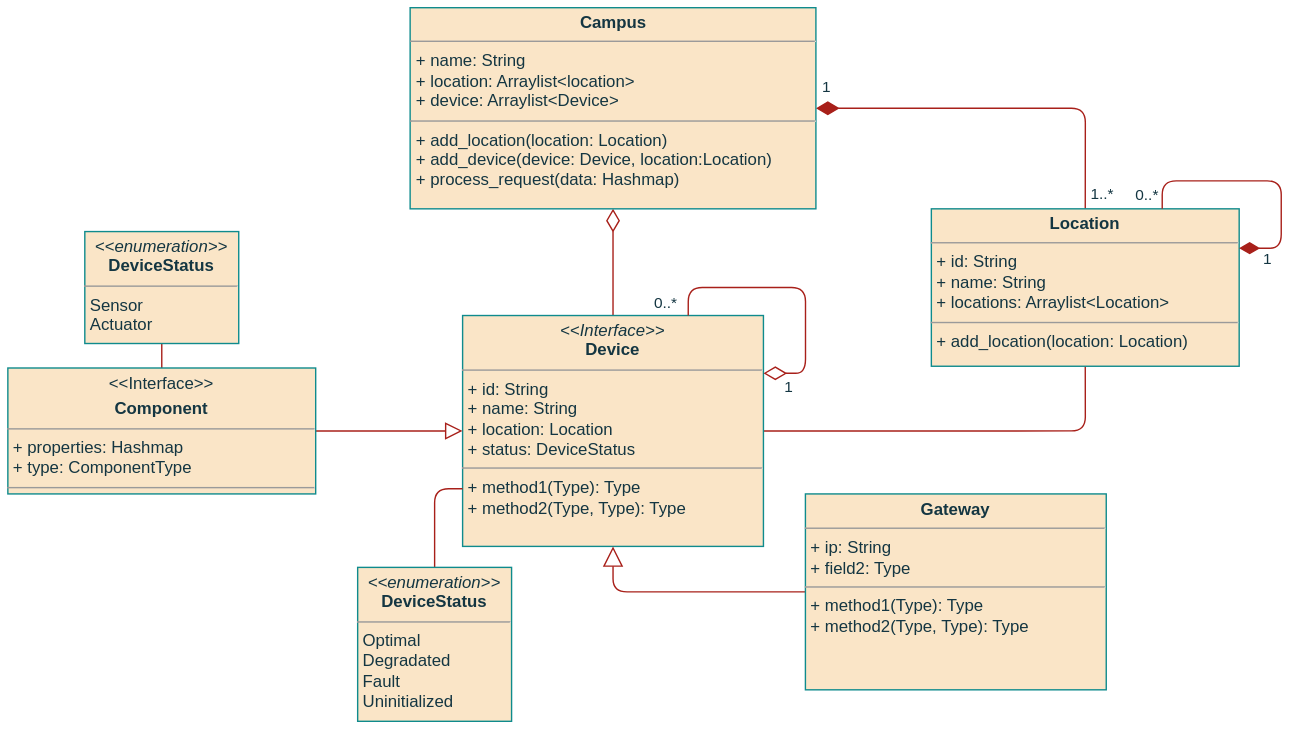
Above: 3. Proyecto/images/Metamodel.svg in MrDahaniel/StarDuck (draw.io), before the change. Source tidied: cells renumbered, new cells last; positions are measured from the earlier drawing's top-left corner, leaving out a move shared by most shapes.
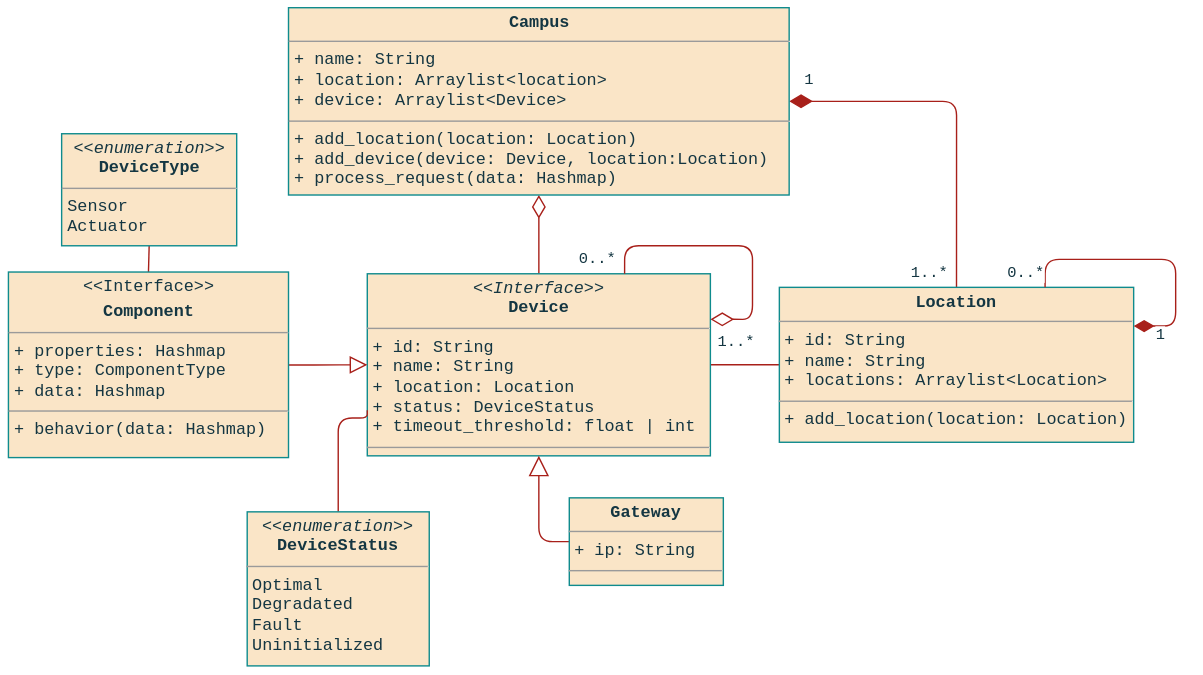
Above is the later version.

Change to the diagram source:
```diff
@@ -2,80 +2,83 @@
   <root>
     <mxCell id="0" />
     <mxCell id="1" parent="0" />
-    <mxCell id="2" style="edgeStyle=orthogonalEdgeStyle;rounded=1;jettySize=auto;html=1;endArrow=diamondThin;endFill=0;endSize=14;labelBackgroundColor=none;fontColor=default;strokeColor=#A8201A;" parent="1" edge="1" source="4" target="11">
+    <mxCell id="2" style="edgeStyle=orthogonalEdgeStyle;rounded=1;jettySize=auto;html=1;endArrow=diamondThin;endFill=0;endSize=14;labelBackgroundColor=none;fontColor=default;strokeColor=#A8201A;fontFamily=Courier New;" parent="1" edge="1" source="4" target="11">
       <mxGeometry relative="1" as="geometry" />
     </mxCell>
-    <mxCell id="3" style="edgeStyle=orthogonalEdgeStyle;shape=connector;rounded=1;jettySize=auto;html=1;exitX=1;exitY=0.5;exitDx=0;exitDy=0;labelBackgroundColor=default;strokeColor=#A8201A;fontFamily=Helvetica;fontSize=11;fontColor=#143642;endArrow=none;endFill=0;fillColor=#FAE5C7;entryX=0.5;entryY=1;entryDx=0;entryDy=0;" parent="1" edge="1" source="4" target="10">
+    <mxCell id="3" style="edgeStyle=orthogonalEdgeStyle;shape=connector;rounded=1;jettySize=auto;html=1;exitX=1;exitY=0.5;exitDx=0;exitDy=0;labelBackgroundColor=default;strokeColor=#A8201A;fontFamily=Courier New;fontSize=11;fontColor=#143642;endArrow=none;endFill=0;fillColor=#FAE5C7;entryX=0;entryY=0.5;entryDx=0;entryDy=0;" parent="1" edge="1" source="4" target="10">
       <mxGeometry relative="1" as="geometry" />
     </mxCell>
-    <mxCell id="4" value="&lt;p style=&quot;margin:0px;margin-top:4px;text-align:center;&quot;&gt;&lt;i&gt;&amp;lt;&amp;lt;Interface&amp;gt;&amp;gt;&lt;/i&gt;&lt;br&gt;&lt;b&gt;Device&lt;/b&gt;&lt;/p&gt;&lt;hr size=&quot;1&quot;&gt;&lt;p style=&quot;margin:0px;margin-left:4px;&quot;&gt;+ id: String&lt;br&gt;+ name: String&lt;/p&gt;&lt;p style=&quot;margin:0px;margin-left:4px;&quot;&gt;+ location: Location&lt;/p&gt;&lt;p style=&quot;margin:0px;margin-left:4px;&quot;&gt;+ status: DeviceStatus&lt;br&gt;&lt;/p&gt;&lt;hr style=&quot;border-color: var(--border-color);&quot; size=&quot;1&quot;&gt;&lt;p style=&quot;margin:0px;margin-left:4px;&quot;&gt;+ method1(Type): Type&lt;br&gt;+ method2(Type, Type): Type&lt;/p&gt;" style="verticalAlign=top;align=left;overflow=fill;fontSize=12;fontFamily=Helvetica;html=1;whiteSpace=wrap;labelBackgroundColor=none;fillColor=#FAE5C7;strokeColor=#0F8B8D;fontColor=#143642;" parent="1" vertex="1">
-      <mxGeometry x="325" y="220" width="215" height="165" as="geometry" />
+    <mxCell id="4" value="&lt;p style=&quot;margin:0px;margin-top:4px;text-align:center;&quot;&gt;&lt;i&gt;&amp;lt;&amp;lt;Interface&amp;gt;&amp;gt;&lt;/i&gt;&lt;br&gt;&lt;b&gt;Device&lt;/b&gt;&lt;/p&gt;&lt;hr size=&quot;1&quot;&gt;&lt;p style=&quot;margin:0px;margin-left:4px;&quot;&gt;+ id: String&lt;br&gt;+ name: String&lt;/p&gt;&lt;p style=&quot;margin:0px;margin-left:4px;&quot;&gt;+ location: Location&lt;/p&gt;&lt;p style=&quot;margin:0px;margin-left:4px;&quot;&gt;+ status: DeviceStatus&lt;br&gt;&lt;/p&gt;&lt;p style=&quot;margin:0px;margin-left:4px;&quot;&gt;+ timeout_threshold: float | int&amp;nbsp;&lt;/p&gt;&lt;hr style=&quot;border-color: var(--border-color);&quot; size=&quot;1&quot;&gt;&lt;p style=&quot;margin:0px;margin-left:4px;&quot;&gt;&lt;br&gt;&lt;/p&gt;" style="verticalAlign=top;align=left;overflow=fill;fontSize=12;fontFamily=Courier New;html=1;whiteSpace=wrap;labelBackgroundColor=none;fillColor=#FAE5C7;strokeColor=#0F8B8D;fontColor=#143642;" parent="1" vertex="1">
+      <mxGeometry x="325.8" y="230" width="245" height="130" as="geometry" />
     </mxCell>
-    <mxCell id="5" style="edgeStyle=orthogonalEdgeStyle;rounded=1;jettySize=auto;html=1;endSize=12;endArrow=block;endFill=0;labelBackgroundColor=none;fontColor=default;strokeColor=#A8201A;entryX=0.5;entryY=1;entryDx=0;entryDy=0;" parent="1" edge="1" source="6" target="4">
+    <mxCell id="5" style="edgeStyle=orthogonalEdgeStyle;rounded=1;jettySize=auto;html=1;endSize=12;endArrow=block;endFill=0;labelBackgroundColor=none;fontColor=default;strokeColor=#A8201A;entryX=0.5;entryY=1;entryDx=0;entryDy=0;exitX=0;exitY=0.5;exitDx=0;exitDy=0;fontFamily=Courier New;" parent="1" edge="1" source="6" target="4">
       <mxGeometry relative="1" as="geometry" />
     </mxCell>
-    <mxCell id="6" value="&lt;p style=&quot;margin:0px;margin-top:4px;text-align:center;&quot;&gt;&lt;b style=&quot;&quot;&gt;Gateway&lt;/b&gt;&lt;/p&gt;&lt;hr size=&quot;1&quot;&gt;&lt;p style=&quot;margin:0px;margin-left:4px;&quot;&gt;+ ip: String&lt;br&gt;+ field2: Type&lt;/p&gt;&lt;hr size=&quot;1&quot;&gt;&lt;p style=&quot;margin:0px;margin-left:4px;&quot;&gt;+ method1(Type): Type&lt;br&gt;+ method2(Type, Type): Type&lt;/p&gt;" style="verticalAlign=top;align=left;overflow=fill;fontSize=12;fontFamily=Helvetica;html=1;whiteSpace=wrap;labelBackgroundColor=none;fillColor=#FAE5C7;strokeColor=#0F8B8D;fontColor=#143642;" parent="1" vertex="1">
-      <mxGeometry x="570" y="347.5" width="215" height="140" as="geometry" />
+    <mxCell id="6" value="&lt;p style=&quot;margin:0px;margin-top:4px;text-align:center;&quot;&gt;&lt;b style=&quot;&quot;&gt;Gateway&lt;/b&gt;&lt;/p&gt;&lt;hr size=&quot;1&quot;&gt;&lt;p style=&quot;margin:0px;margin-left:4px;&quot;&gt;+ ip: String&lt;br&gt;&lt;/p&gt;&lt;hr size=&quot;1&quot;&gt;&lt;p style=&quot;margin:0px;margin-left:4px;&quot;&gt;&lt;br&gt;&lt;/p&gt;" style="verticalAlign=top;align=left;overflow=fill;fontSize=12;fontFamily=Courier New;html=1;whiteSpace=wrap;labelBackgroundColor=none;fillColor=#FAE5C7;strokeColor=#0F8B8D;fontColor=#143642;" parent="1" vertex="1">
+      <mxGeometry x="470" y="390" width="110" height="62.5" as="geometry" />
     </mxCell>
-    <mxCell id="7" style="edgeStyle=orthogonalEdgeStyle;jettySize=auto;html=1;exitX=0.5;exitY=0;exitDx=0;exitDy=0;entryX=1;entryY=0.5;entryDx=0;entryDy=0;endArrow=diamondThin;endFill=1;endSize=14;labelBackgroundColor=none;fontColor=default;strokeColor=#A8201A;rounded=1;" parent="1" edge="1" source="10" target="11">
+    <mxCell id="7" style="edgeStyle=orthogonalEdgeStyle;jettySize=auto;html=1;exitX=0.5;exitY=0;exitDx=0;exitDy=0;entryX=1;entryY=0.5;entryDx=0;entryDy=0;endArrow=diamondThin;endFill=1;endSize=14;labelBackgroundColor=none;fontColor=default;strokeColor=#A8201A;rounded=1;fontFamily=Courier New;" parent="1" edge="1" source="10" target="11">
       <mxGeometry relative="1" as="geometry" />
     </mxCell>
-    <mxCell id="8" value="1" style="edgeLabel;html=1;align=center;verticalAlign=middle;labelBackgroundColor=none;fontColor=#143642;" parent="7" vertex="1">
+    <mxCell id="8" value="1" style="edgeLabel;html=1;align=center;verticalAlign=middle;labelBackgroundColor=none;fontColor=#143642;fontFamily=Courier New;" parent="7" vertex="1">
       <mxGeometry x="0.81" relative="1" as="geometry">
-        <mxPoint x="-18" y="-15" as="offset" />
+        <mxPoint x="-10" y="-15" as="offset" />
       </mxGeometry>
     </mxCell>
-    <mxCell id="9" value="1..*" style="edgeLabel;html=1;align=center;verticalAlign=middle;fontSize=11;fontFamily=Helvetica;fontColor=#143642;" parent="7" vertex="1">
+    <mxCell id="9" value="1..*" style="edgeLabel;html=1;align=center;verticalAlign=middle;fontSize=11;fontFamily=Courier New;fontColor=#143642;" parent="7" vertex="1">
       <mxGeometry x="-0.87" y="1" relative="1" as="geometry">
-        <mxPoint x="12" y="6" as="offset" />
+        <mxPoint x="-19" y="6" as="offset" />
       </mxGeometry>
     </mxCell>
-    <mxCell id="10" value="&lt;p style=&quot;margin:0px;margin-top:4px;text-align:center;&quot;&gt;&lt;b&gt;Location&lt;/b&gt;&lt;/p&gt;&lt;hr size=&quot;1&quot;&gt;&lt;p style=&quot;margin:0px;margin-left:4px;&quot;&gt;+ id: String&lt;/p&gt;&lt;p style=&quot;margin:0px;margin-left:4px;&quot;&gt;+ name: String&lt;/p&gt;&lt;p style=&quot;margin:0px;margin-left:4px;&quot;&gt;+ locations: Arraylist&amp;lt;Location&amp;gt;&lt;/p&gt;&lt;hr size=&quot;1&quot;&gt;&lt;p style=&quot;margin:0px;margin-left:4px;&quot;&gt;+ add_location(location: Location)&lt;/p&gt;" style="verticalAlign=top;align=left;overflow=fill;fontSize=12;fontFamily=Helvetica;html=1;whiteSpace=wrap;labelBackgroundColor=none;fillColor=#FAE5C7;strokeColor=#0F8B8D;fontColor=#143642;" parent="1" vertex="1">
-      <mxGeometry x="660" y="143.8" width="220" height="112.5" as="geometry" />
+    <mxCell id="10" value="&lt;p style=&quot;margin:0px;margin-top:4px;text-align:center;&quot;&gt;&lt;b&gt;Location&lt;/b&gt;&lt;/p&gt;&lt;hr size=&quot;1&quot;&gt;&lt;p style=&quot;margin:0px;margin-left:4px;&quot;&gt;+ id: String&lt;/p&gt;&lt;p style=&quot;margin:0px;margin-left:4px;&quot;&gt;+ name: String&lt;/p&gt;&lt;p style=&quot;margin:0px;margin-left:4px;&quot;&gt;+ locations: Arraylist&amp;lt;Location&amp;gt;&lt;/p&gt;&lt;hr size=&quot;1&quot;&gt;&lt;p style=&quot;margin:0px;margin-left:4px;&quot;&gt;+ add_location(location: Location)&lt;/p&gt;" style="verticalAlign=top;align=left;overflow=fill;fontSize=12;fontFamily=Courier New;html=1;whiteSpace=wrap;labelBackgroundColor=none;fillColor=#FAE5C7;strokeColor=#0F8B8D;fontColor=#143642;" parent="1" vertex="1">
+      <mxGeometry x="620" y="239.7" width="253" height="110.6" as="geometry" />
     </mxCell>
-    <mxCell id="11" value="&lt;p style=&quot;margin:0px;margin-top:4px;text-align:center;&quot;&gt;&lt;b&gt;Campus&lt;/b&gt;&lt;/p&gt;&lt;hr size=&quot;1&quot;&gt;&lt;p style=&quot;margin:0px;margin-left:4px;&quot;&gt;+ name: String&lt;/p&gt;&lt;p style=&quot;margin:0px;margin-left:4px;&quot;&gt;+ location: Arraylist&amp;lt;location&amp;gt;&lt;/p&gt;&lt;p style=&quot;margin:0px;margin-left:4px;&quot;&gt;+ device: Arraylist&amp;lt;Device&amp;gt;&lt;/p&gt;&lt;hr size=&quot;1&quot;&gt;&lt;p style=&quot;margin:0px;margin-left:4px;&quot;&gt;+ add_location(location: Location)&lt;/p&gt;&lt;p style=&quot;margin:0px;margin-left:4px;&quot;&gt;+ add_device(device: Device, location:Location)&lt;/p&gt;&lt;p style=&quot;margin:0px;margin-left:4px;&quot;&gt;+ process_request(data: Hashmap)&lt;/p&gt;" style="verticalAlign=top;align=left;overflow=fill;fontSize=12;fontFamily=Helvetica;html=1;whiteSpace=wrap;labelBackgroundColor=none;fillColor=#FAE5C7;strokeColor=#0F8B8D;fontColor=#143642;" parent="1" vertex="1">
-      <mxGeometry x="287.5" width="290" height="143.8" as="geometry" />
+    <mxCell id="11" value="&lt;p style=&quot;margin:0px;margin-top:4px;text-align:center;&quot;&gt;&lt;b&gt;Campus&lt;/b&gt;&lt;/p&gt;&lt;hr size=&quot;1&quot;&gt;&lt;p style=&quot;margin:0px;margin-left:4px;&quot;&gt;+ name: String&lt;/p&gt;&lt;p style=&quot;margin:0px;margin-left:4px;&quot;&gt;+ location: Arraylist&amp;lt;location&amp;gt;&lt;/p&gt;&lt;p style=&quot;margin:0px;margin-left:4px;&quot;&gt;+ device: Arraylist&amp;lt;Device&amp;gt;&lt;/p&gt;&lt;hr size=&quot;1&quot;&gt;&lt;p style=&quot;margin:0px;margin-left:4px;&quot;&gt;+ add_location(location: Location)&lt;/p&gt;&lt;p style=&quot;margin:0px;margin-left:4px;&quot;&gt;+ add_device(device: Device, location:Location)&lt;/p&gt;&lt;p style=&quot;margin:0px;margin-left:4px;&quot;&gt;+ process_request(data: Hashmap)&lt;/p&gt;" style="verticalAlign=top;align=left;overflow=fill;fontSize=12;fontFamily=Courier New;html=1;whiteSpace=wrap;labelBackgroundColor=none;fillColor=#FAE5C7;strokeColor=#0F8B8D;fontColor=#143642;" parent="1" vertex="1">
+      <mxGeometry x="269.5" y="40" width="357.5" height="133.8" as="geometry" />
     </mxCell>
-    <mxCell id="12" style="edgeStyle=orthogonalEdgeStyle;rounded=1;jettySize=auto;html=1;endArrow=block;endFill=0;endSize=10;labelBackgroundColor=none;fontColor=default;strokeColor=#A8201A;" parent="1" edge="1" source="20" target="4">
+    <mxCell id="12" style="edgeStyle=orthogonalEdgeStyle;rounded=1;jettySize=auto;html=1;endArrow=block;endFill=0;endSize=10;labelBackgroundColor=none;fontColor=default;strokeColor=#A8201A;fontFamily=Courier New;" parent="1" edge="1" source="20" target="4">
       <mxGeometry relative="1" as="geometry" />
     </mxCell>
-    <mxCell id="13" style="edgeStyle=orthogonalEdgeStyle;rounded=1;jettySize=auto;html=1;strokeColor=#A8201A;fontColor=#143642;fillColor=#FAE5C7;endArrow=none;endFill=0;entryX=0;entryY=0.75;entryDx=0;entryDy=0;exitX=0.5;exitY=0;exitDx=0;exitDy=0;" parent="1" edge="1" source="14" target="4">
+    <mxCell id="13" style="edgeStyle=orthogonalEdgeStyle;rounded=1;jettySize=auto;html=1;strokeColor=#A8201A;fontColor=#143642;fillColor=#FAE5C7;endArrow=none;endFill=0;entryX=0;entryY=0.75;entryDx=0;entryDy=0;exitX=0.5;exitY=0;exitDx=0;exitDy=0;fontFamily=Courier New;" parent="1" edge="1" source="14" target="4">
       <mxGeometry relative="1" as="geometry">
         <Array as="points">
-          <mxPoint x="305" y="344" />
+          <mxPoint x="305" y="333" />
+          <mxPoint x="325" y="333" />
         </Array>
       </mxGeometry>
     </mxCell>
-    <mxCell id="14" value="&lt;p style=&quot;margin:0px;margin-top:4px;text-align:center;&quot;&gt;&lt;i&gt;&amp;lt;&amp;lt;enumeration&amp;gt;&amp;gt;&lt;/i&gt;&lt;br&gt;&lt;b&gt;DeviceStatus&lt;/b&gt;&lt;/p&gt;&lt;hr size=&quot;1&quot;&gt;&lt;p style=&quot;margin:0px;margin-left:4px;&quot;&gt;Optimal&lt;/p&gt;&lt;p style=&quot;margin:0px;margin-left:4px;&quot;&gt;Degradated&lt;/p&gt;&lt;p style=&quot;margin:0px;margin-left:4px;&quot;&gt;Fault&lt;/p&gt;&lt;p style=&quot;margin:0px;margin-left:4px;&quot;&gt;Uninitialized&lt;/p&gt;" style="verticalAlign=top;align=left;overflow=fill;fontSize=12;fontFamily=Helvetica;html=1;whiteSpace=wrap;strokeColor=#0F8B8D;fontColor=#143642;fillColor=#FAE5C7;" parent="1" vertex="1">
-      <mxGeometry x="250" y="400" width="110" height="110" as="geometry" />
+    <mxCell id="14" value="&lt;p style=&quot;margin:0px;margin-top:4px;text-align:center;&quot;&gt;&lt;i&gt;&amp;lt;&amp;lt;enumeration&amp;gt;&amp;gt;&lt;/i&gt;&lt;br&gt;&lt;b&gt;DeviceStatus&lt;/b&gt;&lt;/p&gt;&lt;hr size=&quot;1&quot;&gt;&lt;p style=&quot;margin:0px;margin-left:4px;&quot;&gt;Optimal&lt;/p&gt;&lt;p style=&quot;margin:0px;margin-left:4px;&quot;&gt;Degradated&lt;/p&gt;&lt;p style=&quot;margin:0px;margin-left:4px;&quot;&gt;Fault&lt;/p&gt;&lt;p style=&quot;margin:0px;margin-left:4px;&quot;&gt;Uninitialized&lt;/p&gt;" style="verticalAlign=top;align=left;overflow=fill;fontSize=12;fontFamily=Courier New;html=1;whiteSpace=wrap;strokeColor=#0F8B8D;fontColor=#143642;fillColor=#FAE5C7;" parent="1" vertex="1">
+      <mxGeometry x="240" y="400" width="130" height="110" as="geometry" />
     </mxCell>
-    <mxCell id="15" style="edgeStyle=orthogonalEdgeStyle;shape=connector;rounded=1;orthogonalLoop=1;jettySize=auto;html=1;exitX=0.75;exitY=0;exitDx=0;exitDy=0;entryX=1;entryY=0.25;entryDx=0;entryDy=0;labelBackgroundColor=default;strokeColor=#A8201A;fontFamily=Helvetica;fontSize=11;fontColor=#143642;endArrow=diamondThin;endFill=0;fillColor=#FAE5C7;endSize=14;" parent="1" edge="1" source="4" target="4">
+    <mxCell id="15" style="edgeStyle=orthogonalEdgeStyle;shape=connector;rounded=1;orthogonalLoop=1;jettySize=auto;html=1;exitX=0.75;exitY=0;exitDx=0;exitDy=0;entryX=1;entryY=0.25;entryDx=0;entryDy=0;labelBackgroundColor=default;strokeColor=#A8201A;fontFamily=Courier New;fontSize=11;fontColor=#143642;endArrow=diamondThin;endFill=0;fillColor=#FAE5C7;endSize=14;" parent="1" edge="1" source="4" target="4">
       <mxGeometry relative="1" as="geometry" />
     </mxCell>
-    <mxCell id="16" value="1" style="edgeLabel;html=1;align=center;verticalAlign=middle;fontSize=11;fontFamily=Helvetica;fontColor=#143642;" parent="1" vertex="1">
-      <mxGeometry x="557" y="270" as="geometry" />
+    <mxCell id="16" value="1..*" style="edgeLabel;html=1;align=center;verticalAlign=middle;fontSize=11;fontFamily=Courier New;fontColor=#143642;" parent="1" vertex="1">
+      <mxGeometry x="557" y="280" as="geometry">
+        <mxPoint x="32" y="-1" as="offset" />
+      </mxGeometry>
     </mxCell>
-    <mxCell id="17" value="0..*" style="edgeLabel;html=1;align=center;verticalAlign=middle;labelBackgroundColor=none;fontColor=#143642;" parent="1" vertex="1">
-      <mxGeometry x="469" y="210" as="geometry" />
+    <mxCell id="17" value="0..*" style="edgeLabel;html=1;align=center;verticalAlign=middle;labelBackgroundColor=none;fontColor=#143642;fontFamily=Courier New;" parent="1" vertex="1">
+      <mxGeometry x="490" y="220" as="geometry" />
     </mxCell>
-    <mxCell id="18" style="edgeStyle=orthogonalEdgeStyle;rounded=1;jettySize=auto;html=1;exitX=0.5;exitY=1;exitDx=0;exitDy=0;entryX=0.5;entryY=0;entryDx=0;entryDy=0;labelBackgroundColor=none;endArrow=none;strokeColor=#A8201A;endFill=0;endSize=10;" parent="1" edge="1" source="19" target="20">
+    <mxCell id="18" style="edgeStyle=orthogonalEdgeStyle;rounded=1;jettySize=auto;html=1;exitX=0.5;exitY=1;exitDx=0;exitDy=0;entryX=0.5;entryY=0;entryDx=0;entryDy=0;labelBackgroundColor=none;endArrow=none;strokeColor=#A8201A;endFill=0;endSize=10;fontFamily=Courier New;" parent="1" edge="1" source="19" target="20">
       <mxGeometry relative="1" as="geometry" />
     </mxCell>
-    <mxCell id="19" value="&lt;p style=&quot;margin:0px;margin-top:4px;text-align:center;&quot;&gt;&lt;i&gt;&amp;lt;&amp;lt;enumeration&amp;gt;&amp;gt;&lt;/i&gt;&lt;br&gt;&lt;b&gt;DeviceStatus&lt;/b&gt;&lt;/p&gt;&lt;hr size=&quot;1&quot;&gt;&lt;p style=&quot;margin:0px;margin-left:4px;&quot;&gt;Sensor&lt;/p&gt;&lt;p style=&quot;margin:0px;margin-left:4px;&quot;&gt;Actuator&lt;/p&gt;" style="verticalAlign=top;align=left;overflow=fill;fontSize=12;fontFamily=Helvetica;html=1;whiteSpace=wrap;strokeColor=#0F8B8D;fontColor=#143642;fillColor=#FAE5C7;" parent="1" vertex="1">
-      <mxGeometry x="55" y="160" width="110" height="80" as="geometry" />
+    <mxCell id="19" value="&lt;p style=&quot;margin:0px;margin-top:4px;text-align:center;&quot;&gt;&lt;i&gt;&amp;lt;&amp;lt;enumeration&amp;gt;&amp;gt;&lt;/i&gt;&lt;br&gt;&lt;b&gt;DeviceType&lt;/b&gt;&lt;/p&gt;&lt;hr size=&quot;1&quot;&gt;&lt;p style=&quot;margin:0px;margin-left:4px;&quot;&gt;Sensor&lt;/p&gt;&lt;p style=&quot;margin:0px;margin-left:4px;&quot;&gt;Actuator&lt;/p&gt;" style="verticalAlign=top;align=left;overflow=fill;fontSize=12;fontFamily=Courier New;html=1;whiteSpace=wrap;strokeColor=#0F8B8D;fontColor=#143642;fillColor=#FAE5C7;" parent="1" vertex="1">
+      <mxGeometry x="107.5" y="130" width="125" height="80" as="geometry" />
     </mxCell>
-    <mxCell id="20" value="&lt;p style=&quot;margin:0px;margin-top:4px;text-align:center;&quot;&gt;&amp;lt;&amp;lt;Interface&amp;gt;&amp;gt;&lt;/p&gt;&lt;p style=&quot;margin:0px;margin-top:4px;text-align:center;&quot;&gt;&lt;b&gt;Component&lt;/b&gt;&lt;/p&gt;&lt;hr size=&quot;1&quot;&gt;&lt;p style=&quot;margin:0px;margin-left:4px;&quot;&gt;+ properties: Hashmap&lt;/p&gt;&lt;p style=&quot;margin:0px;margin-left:4px;&quot;&gt;+ type: ComponentType&lt;/p&gt;&lt;hr size=&quot;1&quot;&gt;&lt;p style=&quot;margin:0px;margin-left:4px;&quot;&gt;+ method(): Type&lt;/p&gt;" style="verticalAlign=top;align=left;overflow=fill;fontSize=12;fontFamily=Helvetica;html=1;whiteSpace=wrap;labelBackgroundColor=none;fillColor=#FAE5C7;strokeColor=#0F8B8D;fontColor=#143642;" parent="1" vertex="1">
-      <mxGeometry y="257.5" width="220" height="90" as="geometry" />
+    <mxCell id="20" value="&lt;p style=&quot;margin:0px;margin-top:4px;text-align:center;&quot;&gt;&amp;lt;&amp;lt;Interface&amp;gt;&amp;gt;&lt;/p&gt;&lt;p style=&quot;margin:0px;margin-top:4px;text-align:center;&quot;&gt;&lt;b&gt;Component&lt;/b&gt;&lt;/p&gt;&lt;hr size=&quot;1&quot;&gt;&lt;p style=&quot;margin:0px;margin-left:4px;&quot;&gt;+ properties: Hashmap&lt;/p&gt;&lt;p style=&quot;margin:0px;margin-left:4px;&quot;&gt;+ type: ComponentType&lt;/p&gt;&lt;p style=&quot;margin:0px;margin-left:4px;&quot;&gt;+ data: Hashmap&lt;/p&gt;&lt;hr size=&quot;1&quot;&gt;&lt;p style=&quot;margin:0px;margin-left:4px;&quot;&gt;+ behavior(data: Hashmap)&amp;nbsp;&lt;br&gt;&lt;/p&gt;" style="verticalAlign=top;align=left;overflow=fill;fontSize=12;fontFamily=Courier New;html=1;whiteSpace=wrap;labelBackgroundColor=none;fillColor=#FAE5C7;strokeColor=#0F8B8D;fontColor=#143642;" parent="1" vertex="1">
+      <mxGeometry x="69.5" y="228.8" width="200" height="132.5" as="geometry" />
     </mxCell>
-    <mxCell id="21" style="edgeStyle=orthogonalEdgeStyle;shape=connector;rounded=1;orthogonalLoop=1;jettySize=auto;html=1;exitX=0.75;exitY=0;exitDx=0;exitDy=0;entryX=1;entryY=0.25;entryDx=0;entryDy=0;labelBackgroundColor=default;strokeColor=#A8201A;fontFamily=Helvetica;fontSize=11;fontColor=#143642;endArrow=diamondThin;endFill=1;fillColor=#FAE5C7;endSize=12;" parent="1" edge="1" source="10" target="10">
+    <mxCell id="21" style="edgeStyle=orthogonalEdgeStyle;shape=connector;rounded=1;orthogonalLoop=1;jettySize=auto;html=1;exitX=0.75;exitY=0;exitDx=0;exitDy=0;entryX=1;entryY=0.25;entryDx=0;entryDy=0;labelBackgroundColor=default;strokeColor=#A8201A;fontFamily=Courier New;fontSize=11;fontColor=#143642;endArrow=diamondThin;endFill=1;fillColor=#FAE5C7;endSize=12;" parent="1" edge="1" source="10" target="10">
       <mxGeometry relative="1" as="geometry" />
     </mxCell>
-    <mxCell id="22" value="0..*" style="edgeLabel;html=1;align=center;verticalAlign=middle;fontSize=11;fontFamily=Helvetica;fontColor=#143642;" parent="21" vertex="1">
+    <mxCell id="22" value="0..*" style="edgeLabel;html=1;align=center;verticalAlign=middle;fontSize=11;fontFamily=Courier New;fontColor=#143642;" parent="21" vertex="1">
       <mxGeometry x="-0.52" y="-2" relative="1" as="geometry">
-        <mxPoint x="-35" y="8" as="offset" />
+        <mxPoint x="-40" y="8" as="offset" />
       </mxGeometry>
     </mxCell>
-    <mxCell id="23" value="1" style="edgeLabel;html=1;align=center;verticalAlign=middle;fontSize=11;fontFamily=Helvetica;fontColor=#143642;" parent="21" vertex="1">
+    <mxCell id="23" value="1" style="edgeLabel;html=1;align=center;verticalAlign=middle;fontSize=11;fontFamily=Courier New;fontColor=#143642;" parent="21" vertex="1">
       <mxGeometry x="0.6" y="-1" relative="1" as="geometry">
         <mxPoint x="-10" y="15" as="offset" />
       </mxGeometry>
```
